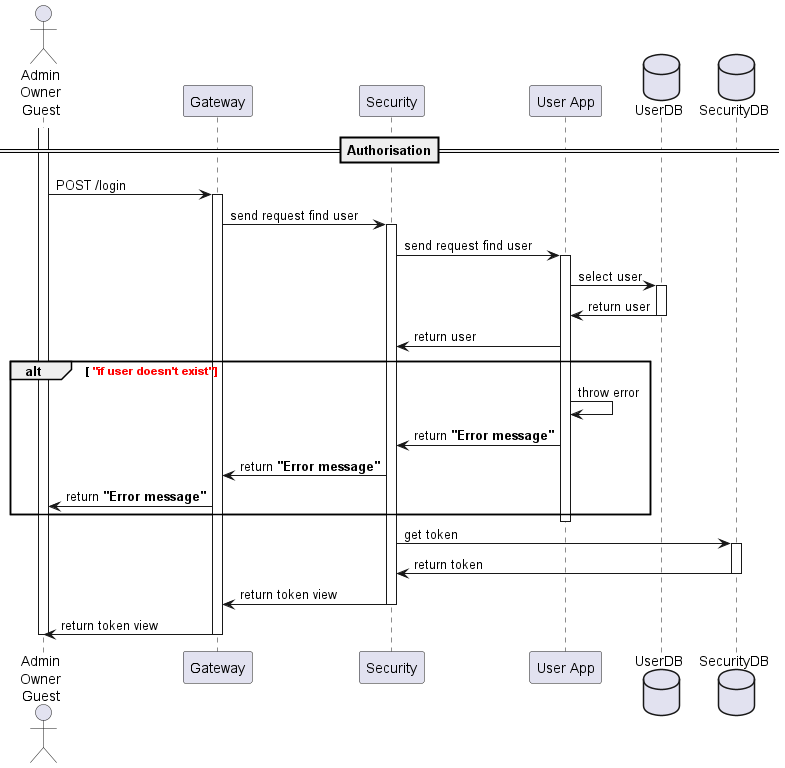
OlgaDobrodey/sequence-diagram keeps this PlantUML diagram as image/authorisation.png. Above is the earlier version. The source it was exported from:
```plantuml
@startuml

actor "Admin\nOwner\nGuest" as user
participant "Gateway" as gw
participant "Security" as sc
participant "User App" as us
database "UserDB" as ub
database "SecurityDB" as sb

==Authorisation==

activate user
user -> gw: POST /login
activate gw
gw -> sc: send request find user
activate sc
sc-> us: send request find user
activate us

us -> ub: select user
activate ub
ub -> us: return user
deactivate ub
us -> sc: return user


alt <font color=red> "if user doesn't exist"
us -> us : throw error
us -> sc: return <b>"Error message"
sc -> gw: return <b>"Error message"
gw -> user: return <b>"Error message"
end
deactivate us
sc -> sb: get token
activate sb
sb -> sc: return token
deactivate sb
sc-> gw: return token view
deactivate sc
gw -> user: return token view
deactivate gw
deactivate user

@enduml
```
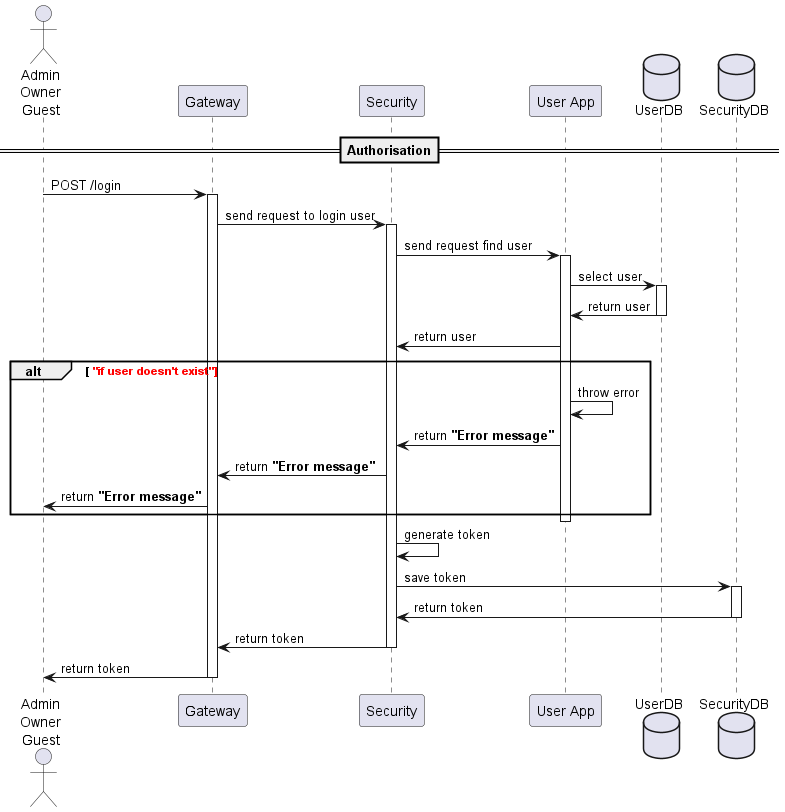
After the commit.

Commit message:
corrected autorissatate

The edit, as a diff of the source:
```diff
@@ -9,10 +9,10 @@
 
 ==Authorisation==
 
-activate user
+
 user -> gw: POST /login
 activate gw
-gw -> sc: send request find user
+gw -> sc: send request to login user
 activate sc
 sc-> us: send request find user
 activate us
@@ -31,14 +31,14 @@
 gw -> user: return <b>"Error message"
 end
 deactivate us
-sc -> sb: get token
+sc -> sc: generate token
+sc -> sb: save token
 activate sb
 sb -> sc: return token
 deactivate sb
-sc-> gw: return token view
+sc-> gw: return token
 deactivate sc
-gw -> user: return token view
+gw -> user: return token
 deactivate gw
-deactivate user
 
 @enduml
```
